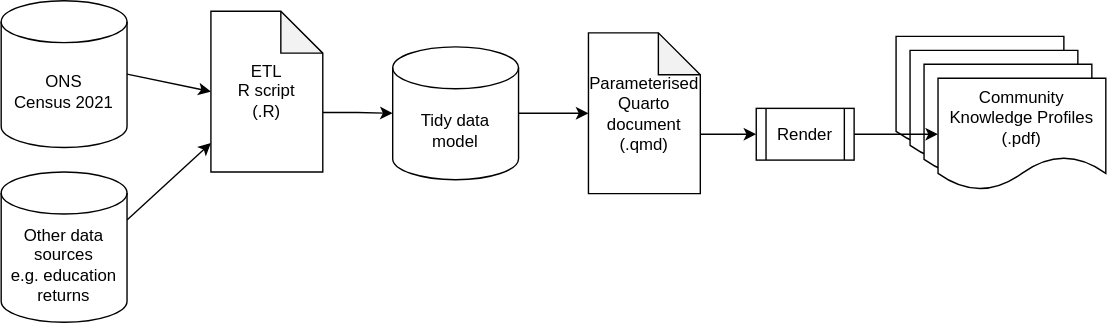
scc-pi/community-knowledge-profiles keeps this draw.io diagram as ckp-pipeline.drawio.svg. Above is the earlier version. Source tidied: cells renumbered, new cells last; positions are measured from the earlier drawing's top-left corner, leaving out a move shared by most shapes. Source of this version:
```xml
<mxGraphModel>
  <root>
    <mxCell id="0" />
    <mxCell id="1" parent="0" />
    <mxCell id="2" style="rounded=0;jettySize=auto;html=1;exitX=1;exitY=0.5;exitDx=0;exitDy=0;exitPerimeter=0;entryX=0;entryY=0.5;entryDx=0;entryDy=0;entryPerimeter=0;" parent="1" edge="1" source="3" target="11">
      <mxGeometry relative="1" as="geometry" />
    </mxCell>
    <mxCell id="3" value="ONS&lt;br&gt;Census 2021" style="shape=cylinder3;whiteSpace=wrap;html=1;boundedLbl=1;backgroundOutline=1;size=15;" parent="1" vertex="1">
      <mxGeometry width="90" height="105" as="geometry" />
    </mxCell>
    <mxCell id="4" style="shape=document;whiteSpace=wrap;html=1;boundedLbl=1;" parent="1" vertex="1">
      <mxGeometry x="640" y="25.5" width="120" height="80" as="geometry" />
    </mxCell>
    <mxCell id="5" style="shape=document;whiteSpace=wrap;html=1;boundedLbl=1;" parent="1" vertex="1">
      <mxGeometry x="650" y="35.5" width="120" height="80" as="geometry" />
    </mxCell>
    <mxCell id="6" style="shape=document;whiteSpace=wrap;html=1;boundedLbl=1;" parent="1" vertex="1">
      <mxGeometry x="660" y="45.5" width="120" height="80" as="geometry" />
    </mxCell>
    <mxCell id="7" value="Community Knowledge Profiles&lt;br&gt;(.pdf)" style="shape=document;whiteSpace=wrap;html=1;boundedLbl=1;" parent="1" vertex="1">
      <mxGeometry x="670" y="55.5" width="120" height="80" as="geometry" />
    </mxCell>
    <mxCell id="8" style="edgeStyle=orthogonalEdgeStyle;rounded=0;jettySize=auto;html=1;exitX=0;exitY=0;exitDx=80;exitDy=72.5;exitPerimeter=0;entryX=0;entryY=0.5;entryDx=0;entryDy=0;" parent="1" edge="1" source="9" target="17">
      <mxGeometry relative="1" as="geometry" />
    </mxCell>
    <mxCell id="9" value="Parameterised Quarto document&lt;br&gt;(.qmd)" style="shape=note;whiteSpace=wrap;html=1;backgroundOutline=1;darkOpacity=0.05;" parent="1" vertex="1">
      <mxGeometry x="420" y="23" width="80" height="115" as="geometry" />
    </mxCell>
    <mxCell id="10" style="edgeStyle=orthogonalEdgeStyle;rounded=0;jettySize=auto;html=1;exitX=0;exitY=0;exitDx=80;exitDy=72.5;exitPerimeter=0;entryX=0;entryY=0.5;entryDx=0;entryDy=0;entryPerimeter=0;" parent="1" edge="1" source="11" target="13">
      <mxGeometry relative="1" as="geometry" />
    </mxCell>
    <mxCell id="11" value="ETL&lt;br&gt;R script&lt;br&gt;(.R)" style="shape=note;whiteSpace=wrap;html=1;backgroundOutline=1;darkOpacity=0.05;" parent="1" vertex="1">
      <mxGeometry x="150" y="7.5" width="80" height="115" as="geometry" />
    </mxCell>
    <mxCell id="12" style="edgeStyle=orthogonalEdgeStyle;rounded=0;jettySize=auto;html=1;exitX=1;exitY=0.5;exitDx=0;exitDy=0;exitPerimeter=0;entryX=0;entryY=0.5;entryDx=0;entryDy=0;entryPerimeter=0;" parent="1" edge="1" source="13" target="9">
      <mxGeometry relative="1" as="geometry" />
    </mxCell>
    <mxCell id="13" value="Tidy data&lt;br&gt;model" style="shape=cylinder3;whiteSpace=wrap;html=1;boundedLbl=1;backgroundOutline=1;size=15;" parent="1" vertex="1">
      <mxGeometry x="280" y="33" width="90" height="95" as="geometry" />
    </mxCell>
    <mxCell id="14" style="rounded=0;jettySize=auto;html=1;exitX=1;exitY=0;exitDx=0;exitDy=34.375;exitPerimeter=0;" parent="1" edge="1" source="15" target="11">
      <mxGeometry relative="1" as="geometry" />
    </mxCell>
    <mxCell id="15" value="Other data sources&lt;br&gt;e.g. education returns" style="shape=cylinder3;whiteSpace=wrap;html=1;boundedLbl=1;backgroundOutline=1;size=15;" parent="1" vertex="1">
      <mxGeometry y="122.5" width="90" height="107.5" as="geometry" />
    </mxCell>
    <mxCell id="16" style="edgeStyle=orthogonalEdgeStyle;rounded=0;jettySize=auto;html=1;exitX=1;exitY=0.5;exitDx=0;exitDy=0;entryX=0;entryY=0.5;entryDx=0;entryDy=0;" parent="1" edge="1" source="17" target="7">
      <mxGeometry relative="1" as="geometry" />
    </mxCell>
    <mxCell id="17" value="Render" style="shape=process;whiteSpace=wrap;html=1;backgroundOutline=1;" parent="1" vertex="1">
      <mxGeometry x="540" y="77" width="70" height="37" as="geometry" />
    </mxCell>
  </root>
</mxGraphModel>
```
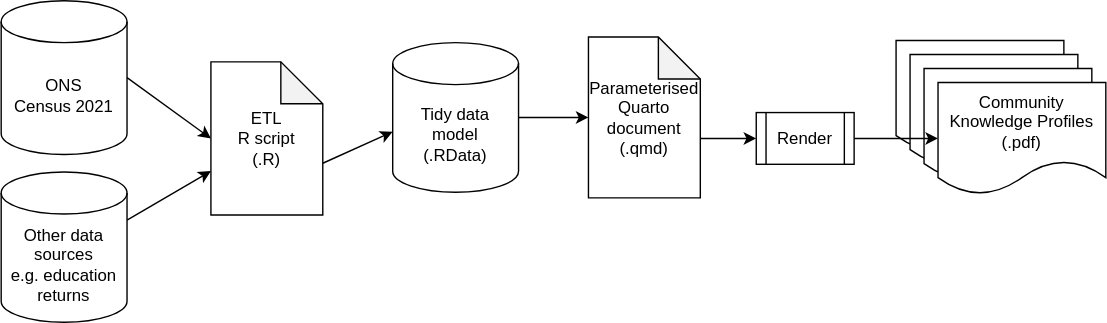
After the commit.

Diff of the diagram source:
```diff
@@ -6,7 +6,7 @@
       <mxGeometry relative="1" as="geometry" />
     </mxCell>
     <mxCell id="3" value="ONS&lt;br&gt;Census 2021" style="shape=cylinder3;whiteSpace=wrap;html=1;boundedLbl=1;backgroundOutline=1;size=15;" parent="1" vertex="1">
-      <mxGeometry width="90" height="105" as="geometry" />
+      <mxGeometry y="-3" width="90" height="110" as="geometry" />
     </mxCell>
     <mxCell id="4" style="shape=document;whiteSpace=wrap;html=1;boundedLbl=1;" parent="1" vertex="1">
       <mxGeometry x="640" y="25.5" width="120" height="80" as="geometry" />
@@ -26,23 +26,23 @@
     <mxCell id="9" value="Parameterised Quarto document&lt;br&gt;(.qmd)" style="shape=note;whiteSpace=wrap;html=1;backgroundOutline=1;darkOpacity=0.05;" parent="1" vertex="1">
       <mxGeometry x="420" y="23" width="80" height="115" as="geometry" />
     </mxCell>
-    <mxCell id="10" style="edgeStyle=orthogonalEdgeStyle;rounded=0;jettySize=auto;html=1;exitX=0;exitY=0;exitDx=80;exitDy=72.5;exitPerimeter=0;entryX=0;entryY=0.5;entryDx=0;entryDy=0;entryPerimeter=0;" parent="1" edge="1" source="11" target="13">
+    <mxCell id="10" style="rounded=0;jettySize=auto;html=1;exitX=0;exitY=0;exitDx=80;exitDy=72.5;exitPerimeter=0;entryX=0;entryY=0;entryDx=0;entryDy=63.75;entryPerimeter=0;" parent="1" edge="1" source="11" target="13">
       <mxGeometry relative="1" as="geometry" />
     </mxCell>
     <mxCell id="11" value="ETL&lt;br&gt;R script&lt;br&gt;(.R)" style="shape=note;whiteSpace=wrap;html=1;backgroundOutline=1;darkOpacity=0.05;" parent="1" vertex="1">
-      <mxGeometry x="150" y="7.5" width="80" height="115" as="geometry" />
+      <mxGeometry x="150" y="40.8" width="80" height="109.5" as="geometry" />
     </mxCell>
-    <mxCell id="12" style="edgeStyle=orthogonalEdgeStyle;rounded=0;jettySize=auto;html=1;exitX=1;exitY=0.5;exitDx=0;exitDy=0;exitPerimeter=0;entryX=0;entryY=0.5;entryDx=0;entryDy=0;entryPerimeter=0;" parent="1" edge="1" source="13" target="9">
+    <mxCell id="12" style="rounded=0;jettySize=auto;html=1;exitX=1;exitY=0.5;exitDx=0;exitDy=0;exitPerimeter=0;entryX=0;entryY=0.5;entryDx=0;entryDy=0;entryPerimeter=0;" parent="1" edge="1" source="13" target="9">
       <mxGeometry relative="1" as="geometry" />
     </mxCell>
-    <mxCell id="13" value="Tidy data&lt;br&gt;model" style="shape=cylinder3;whiteSpace=wrap;html=1;boundedLbl=1;backgroundOutline=1;size=15;" parent="1" vertex="1">
-      <mxGeometry x="280" y="33" width="90" height="95" as="geometry" />
+    <mxCell id="13" value="Tidy data&lt;br&gt;model&lt;br&gt;(.RData)" style="shape=cylinder3;whiteSpace=wrap;html=1;boundedLbl=1;backgroundOutline=1;size=15;" parent="1" vertex="1">
+      <mxGeometry x="280" y="27" width="90" height="107" as="geometry" />
     </mxCell>
     <mxCell id="14" style="rounded=0;jettySize=auto;html=1;exitX=1;exitY=0;exitDx=0;exitDy=34.375;exitPerimeter=0;" parent="1" edge="1" source="15" target="11">
       <mxGeometry relative="1" as="geometry" />
     </mxCell>
     <mxCell id="15" value="Other data sources&lt;br&gt;e.g. education returns" style="shape=cylinder3;whiteSpace=wrap;html=1;boundedLbl=1;backgroundOutline=1;size=15;" parent="1" vertex="1">
-      <mxGeometry y="122.5" width="90" height="107.5" as="geometry" />
+      <mxGeometry y="119.5" width="90" height="107.5" as="geometry" />
     </mxCell>
     <mxCell id="16" style="edgeStyle=orthogonalEdgeStyle;rounded=0;jettySize=auto;html=1;exitX=1;exitY=0.5;exitDx=0;exitDy=0;entryX=0;entryY=0.5;entryDx=0;entryDy=0;" parent="1" edge="1" source="17" target="7">
       <mxGeometry relative="1" as="geometry" />
```
